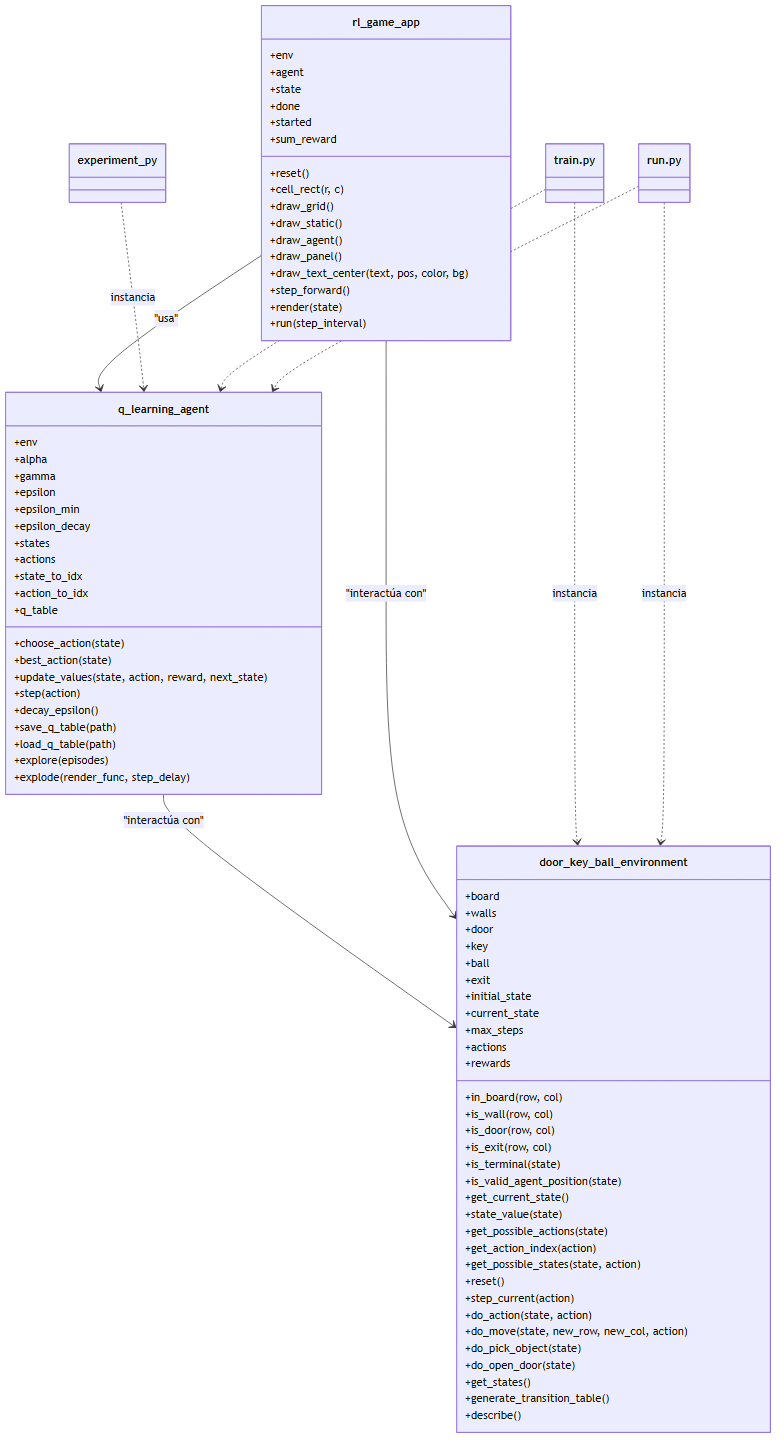
Earlier version of the Mermaid export app_proyecto_apr/diagrama_clases.png (mc-torreso1-uniandes-edu-co/maia-proyecto-apr). Its source is kept beside it as app_proyecto_apr/diagrama_clases.mmd.
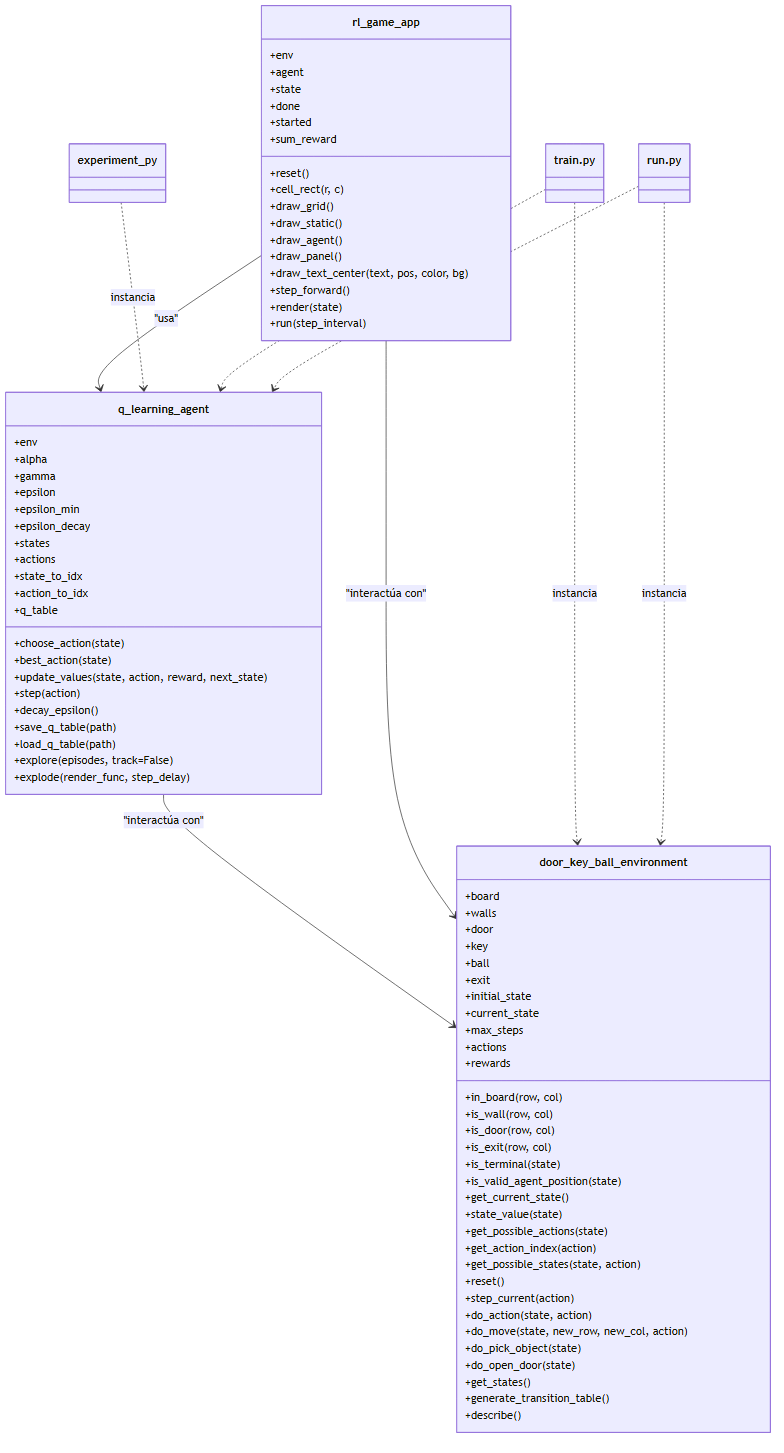
The same diagram one commit later.

Change to the diagram source:
```diff
@@ -52,7 +52,7 @@
         +decay_epsilon()
         +save_q_table(path)
         +load_q_table(path)
-        +explore(episodes)
+        +explore(episodes, track=False)
         +explode(render_func, step_delay)
     }
 
```
